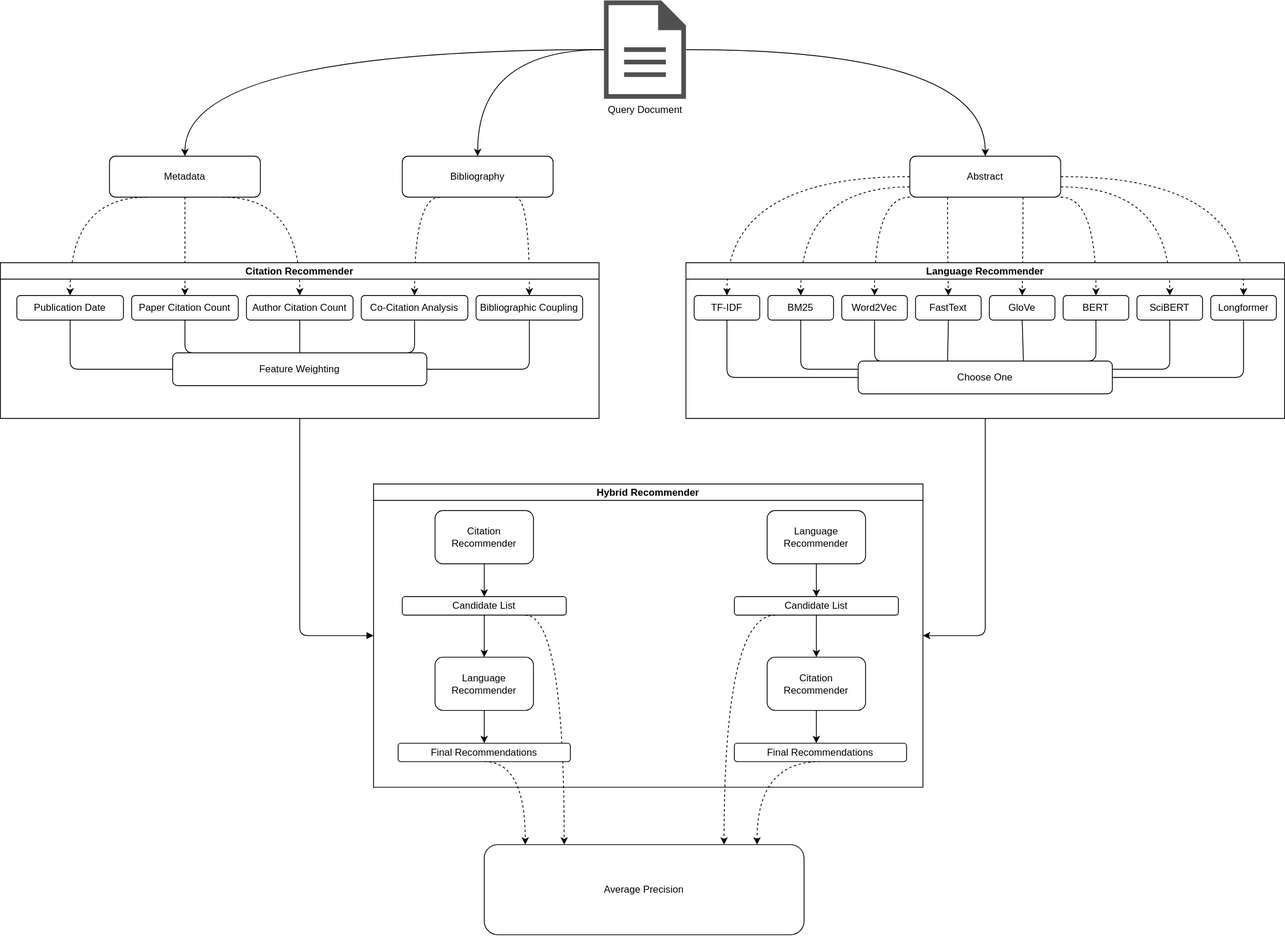
Above: static/hybrid-architecture.svg in joel-beck/readnext (draw.io), before the change. Source tidied: cells renumbered, new cells last; positions are measured from the earlier drawing's top-left corner, leaving out a move shared by most shapes.
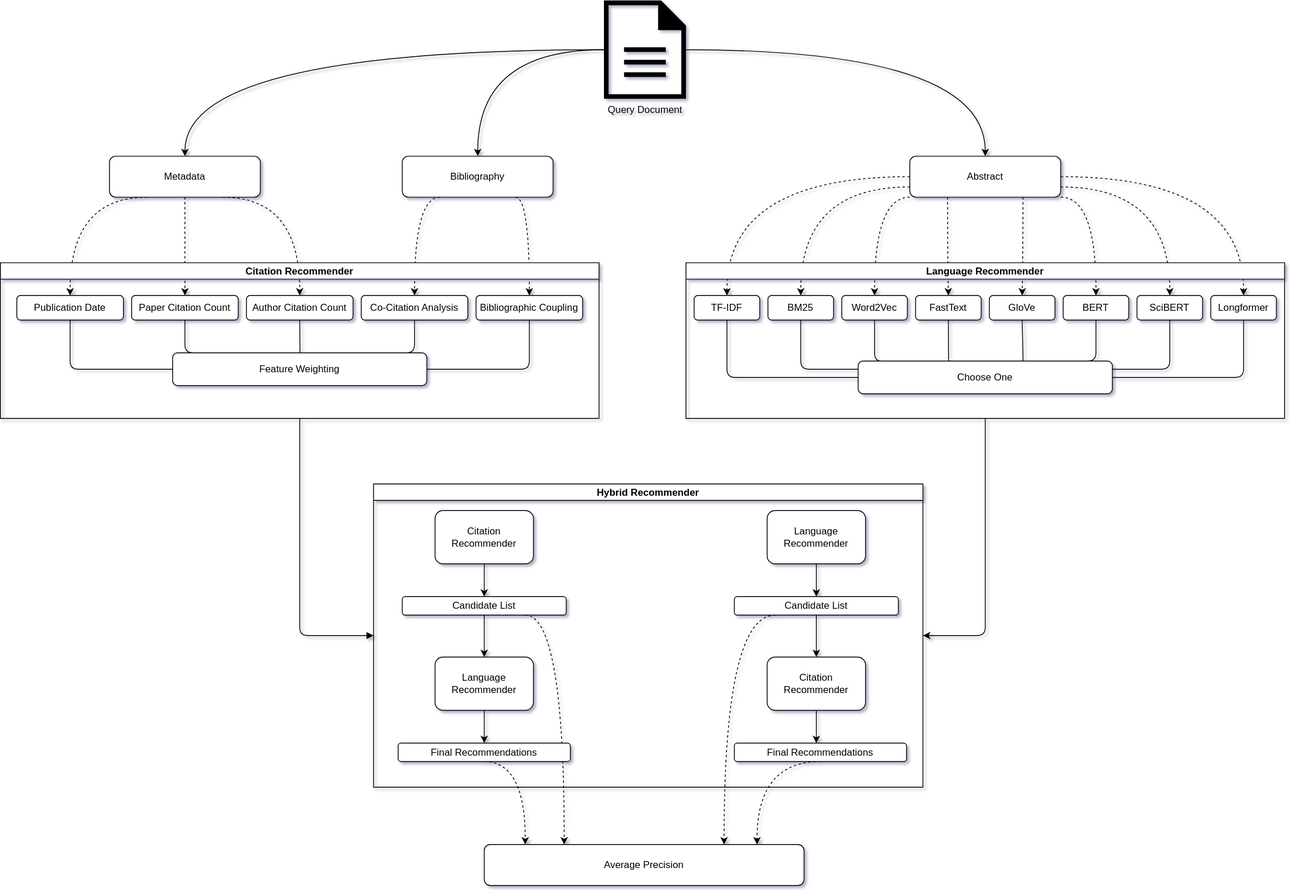
After the change.

Diff of the diagram source:
```diff
@@ -1,4 +1,4 @@
-<mxGraphModel>
+<mxGraphModel background="#FFFFFF" shadow="1">
   <root>
     <mxCell id="0" />
     <mxCell id="1" parent="0" />
@@ -25,11 +25,11 @@
     <mxCell id="6" style="edgeStyle=orthogonalEdgeStyle;curved=1;html=1;entryX=0.5;entryY=0;entryDx=0;entryDy=0;strokeColor=default;" parent="1" edge="1" source="7" target="29">
       <mxGeometry relative="1" as="geometry" />
     </mxCell>
-    <mxCell id="7" value="Query Document" style="sketch=0;shadow=0;dashed=0;html=1;strokeColor=none;fillColor=#505050;labelPosition=center;verticalLabelPosition=bottom;verticalAlign=top;outlineConnect=0;align=center;shape=mxgraph.office.concepts.document;" parent="1" vertex="1">
+    <mxCell id="7" value="Query Document" style="shadow=0;dashed=0;html=1;strokeColor=none;fillColor=#050505;labelPosition=center;verticalLabelPosition=bottom;verticalAlign=top;outlineConnect=0;align=center;shape=mxgraph.office.concepts.document;fillStyle=auto;" parent="1" vertex="1">
       <mxGeometry x="736" width="100" height="120" as="geometry" />
     </mxCell>
     <mxCell id="8" value="Average Precision" style="rounded=1;whiteSpace=wrap;html=1;" parent="1" vertex="1">
-      <mxGeometry x="590" y="1030" width="390" height="110" as="geometry" />
+      <mxGeometry x="590" y="1030" width="390" height="50" as="geometry" />
     </mxCell>
     <mxCell id="9" style="edgeStyle=none;html=1;exitX=0.5;exitY=1;exitDx=0;exitDy=0;entryX=0.113;entryY=0;entryDx=0;entryDy=0;strokeColor=none;entryPerimeter=0;" parent="1" edge="1" source="67" target="8">
       <mxGeometry relative="1" as="geometry" />
```
